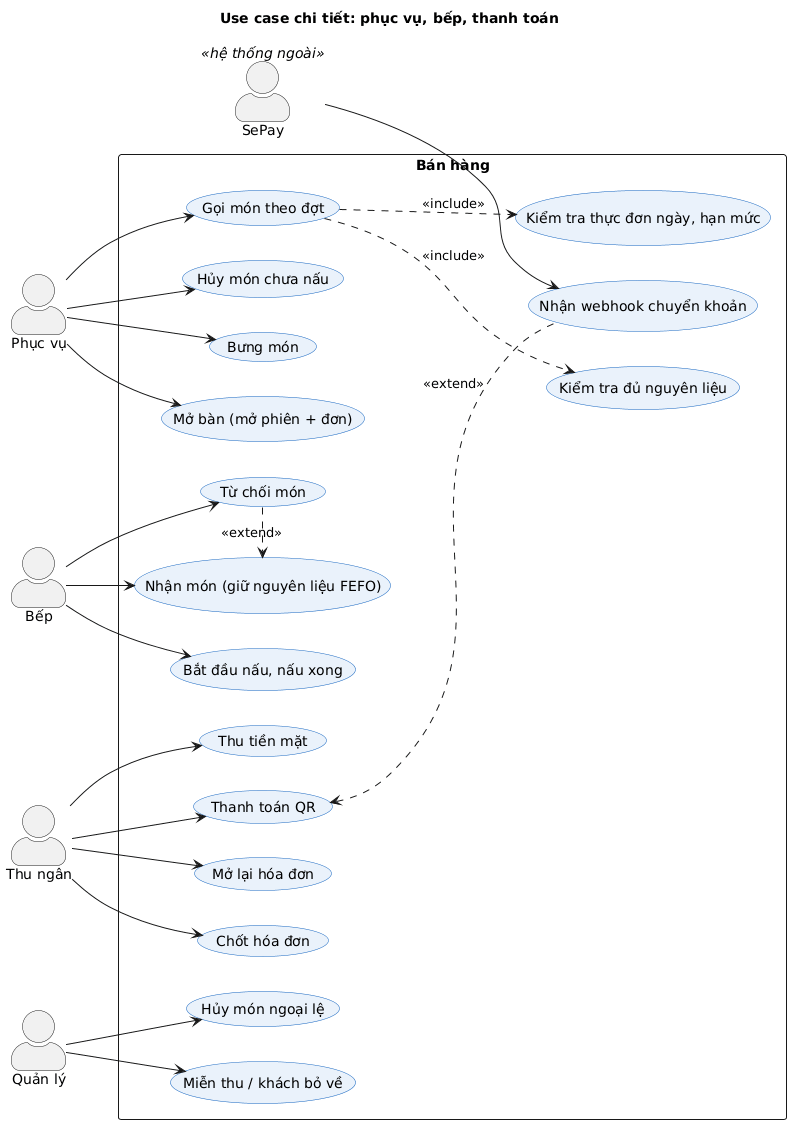
Earlier version of the PlantUML export docs/bao-cao-ltnc/uml/uc-ban-hang.png (Anpham120/restaurant-management-system). The source it was exported from:
```plantuml
@startuml
!include _style.iuml
title Use case chi tiết: phục vụ, bếp, thanh toán
left to right direction
actor "Phục vụ" as W
actor "Bếp" as K
actor "Thu ngân" as C
actor "Quản lý" as M
actor "SePay" as S <<hệ thống ngoài>>
rectangle "Bán hàng" {
  usecase "Mở bàn (mở phiên + đơn)" as O1
  usecase "Gọi món theo đợt" as O2
  usecase "Kiểm tra thực đơn ngày, hạn mức" as O2a
  usecase "Kiểm tra đủ nguyên liệu" as O2b
  usecase "Hủy món chưa nấu" as O3
  usecase "Bưng món" as O4
  usecase "Nhận món (giữ nguyên liệu FEFO)" as K1
  usecase "Từ chối món" as K2
  usecase "Bắt đầu nấu, nấu xong" as K3
  usecase "Chốt hóa đơn" as P1
  usecase "Thu tiền mặt" as P2
  usecase "Thanh toán QR" as P3
  usecase "Nhận webhook chuyển khoản" as P4
  usecase "Mở lại hóa đơn" as P5
  usecase "Miễn thu / khách bỏ về" as P6
  usecase "Hủy món ngoại lệ" as P7
}
W --> O1
W --> O2
W --> O3
W --> O4
O2 ..> O2a : <<include>>
O2 ..> O2b : <<include>>
K --> K1
K --> K2
K --> K3
K2 .> K1 : <<extend>>
C --> P1
C --> P2
C --> P3
C --> P5
P3 <.. P4 : <<extend>>
S --> P4
M --> P6
M --> P7
@enduml
```
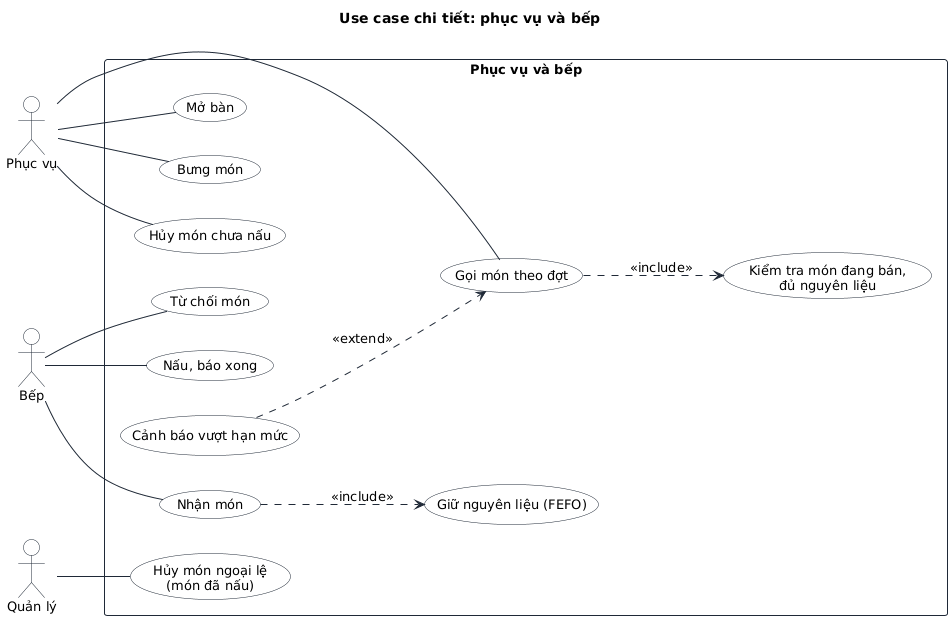
After the commit.

The edit, as a diff of the source:
```diff
@@ -1,46 +1,32 @@
 @startuml
 !include _style.iuml
-title Use case chi tiết: phục vụ, bếp, thanh toán
+title Use case chi tiết: phục vụ và bếp
 left to right direction
 actor "Phục vụ" as W
 actor "Bếp" as K
-actor "Thu ngân" as C
 actor "Quản lý" as M
-actor "SePay" as S <<hệ thống ngoài>>
-rectangle "Bán hàng" {
-  usecase "Mở bàn (mở phiên + đơn)" as O1
+rectangle "Phục vụ và bếp" {
+  usecase "Mở bàn" as O1
   usecase "Gọi món theo đợt" as O2
-  usecase "Kiểm tra thực đơn ngày, hạn mức" as O2a
-  usecase "Kiểm tra đủ nguyên liệu" as O2b
+  usecase "Kiểm tra món đang bán,\nđủ nguyên liệu" as O2a
+  usecase "Cảnh báo vượt hạn mức" as O2b
+  usecase "Bưng món" as O4
   usecase "Hủy món chưa nấu" as O3
-  usecase "Bưng món" as O4
-  usecase "Nhận món (giữ nguyên liệu FEFO)" as K1
+  usecase "Nhận món" as K1
+  usecase "Giữ nguyên liệu (FEFO)" as K1a
   usecase "Từ chối món" as K2
-  usecase "Bắt đầu nấu, nấu xong" as K3
-  usecase "Chốt hóa đơn" as P1
-  usecase "Thu tiền mặt" as P2
-  usecase "Thanh toán QR" as P3
-  usecase "Nhận webhook chuyển khoản" as P4
-  usecase "Mở lại hóa đơn" as P5
-  usecase "Miễn thu / khách bỏ về" as P6
-  usecase "Hủy món ngoại lệ" as P7
+  usecase "Nấu, báo xong" as K3
+  usecase "Hủy món ngoại lệ\n(món đã nấu)" as P7
 }
-W --> O1
-W --> O2
-W --> O3
-W --> O4
+W -- O1
+W -- O2
+W -- O4
+W -- O3
 O2 ..> O2a : <<include>>
-O2 ..> O2b : <<include>>
-K --> K1
-K --> K2
-K --> K3
-K2 .> K1 : <<extend>>
-C --> P1
-C --> P2
-C --> P3
-C --> P5
-P3 <.. P4 : <<extend>>
-S --> P4
-M --> P6
-M --> P7
+O2b ..> O2 : <<extend>>
+K -- K1
+K -- K2
+K -- K3
+K1 ..> K1a : <<include>>
+M -- P7
 @enduml
```
